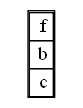
Before: build/classes/Imagenes/Cola2.png, a diagram exported from Graphviz (oscarc99/EDD_DIC_2019_PY2_201709140-). Its source is kept beside it as build/classes/Imagenes/Cola2.dot. The source it was exported from:
```dot
digraph G {
  node [shape = name];
  2[label=  <<table border= "1 " cellspacing= " 0 "><tr>
<td> f</td> </tr>
<tr>
<td> b</td> </tr>
<tr>
<td> c</td> </tr>
</table>>  shape = none ];
 }
```
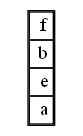
Above is the later version.

Diff of the diagram source:
```diff
@@ -5,6 +5,8 @@
 <tr>
 <td> b</td> </tr>
 <tr>
-<td> c</td> </tr>
+<td> e</td> </tr>
+<tr>
+<td> a</td> </tr>
 </table>>  shape = none ];
  }
```
